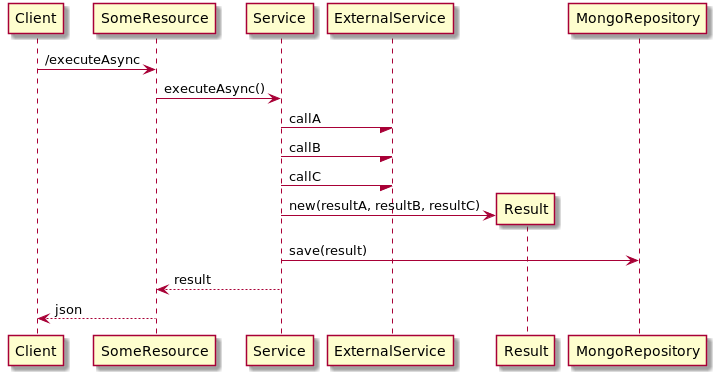
The PlantUML diagram readme_resources/endpoint_with_parallel_calls.png in mmoraesbr/kotlin-coroutine-benchmark, before a commit.
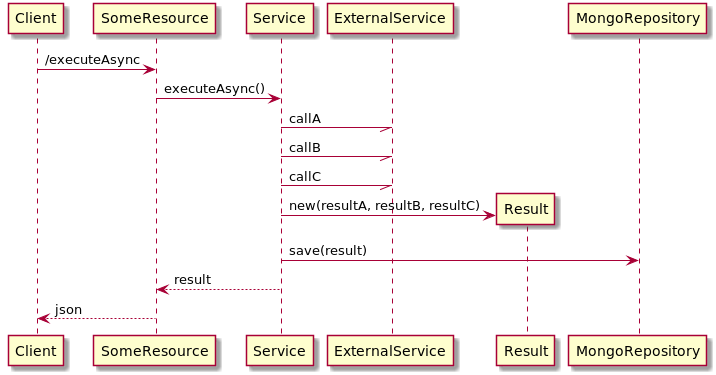
After the change.

What changed in the source:
```diff
@@ -1,9 +1,9 @@
 @startuml
 Client -> SomeResource: /executeAsync
 SomeResource -> Service: executeAsync()
-Service -/ ExternalService: callA
-Service -/ ExternalService: callB
-Service -/ ExternalService: callC
+Service -// ExternalService: callA
+Service -// ExternalService: callB
+Service -// ExternalService: callC
 create Result
 Service -> Result: new(resultA, resultB, resultC)
 Service -> MongoRepository: save(result)
```
